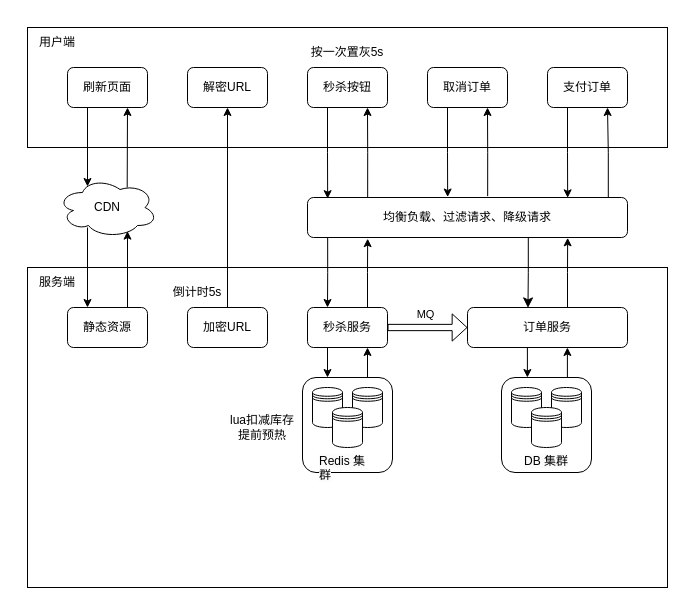
This is 秒杀系统设计.drawio from BacklitCat/Architecture, a draw.io file, before an edit. Source tidied: cells renumbered, new cells numbered last; positions are measured from the earlier drawing's top-left corner, leaving out a move shared by most shapes. Both pictures are drawn from the tidied source at 100%, with x=0, y=0 at pixel (27, 27).
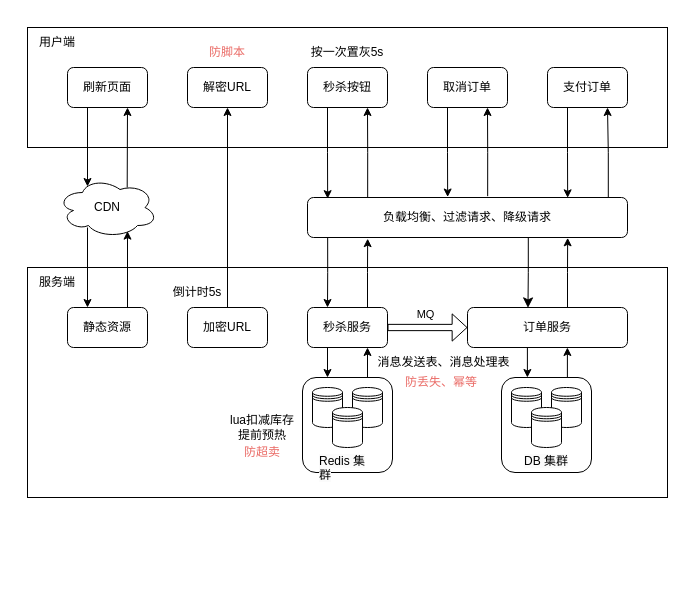
The same diagram, later.

Commit message:
更新秒杀系统设计.drawio

The edit, as a diff of the source:
```diff
@@
+    <mxCell id="55" style="rounded=0;whiteSpace=wrap;html=1;strokeColor=none;" parent="1" vertex="1">
+      <mxGeometry x="-10" y="-10" width="660" height="490" as="geometry" />
+    </mxCell>
     <mxCell id="2" style="rounded=0;whiteSpace=wrap;html=1;fillColor=none;" parent="1" vertex="1">
-      <mxGeometry y="240" width="640" height="320" as="geometry" />
+      <mxGeometry y="240" width="640" height="230" as="geometry" />
     </mxCell>
@@
-    <mxCell id="34" value="均衡负载、过滤请求、降级请求" style="rounded=1;whiteSpace=wrap;html=1;" parent="1" vertex="1">
+    <mxCell id="34" value="负载均衡、过滤请求、降级请求" style="rounded=1;whiteSpace=wrap;html=1;" parent="1" vertex="1">
       <mxGeometry x="280" y="170" width="320" height="40" as="geometry" />
     </mxCell>
@@
+    <mxCell id="56" value="防脚本" style="text;html=1;strokeColor=none;fillColor=none;align=center;verticalAlign=middle;whiteSpace=wrap;rounded=0;fontColor=#EA6B66;" parent="1" vertex="1">
+      <mxGeometry x="170" y="10" width="60" height="30" as="geometry" />
+    </mxCell>
+    <mxCell id="57" value="防超卖" style="text;html=1;strokeColor=none;fillColor=none;align=center;verticalAlign=middle;whiteSpace=wrap;rounded=0;fontColor=#EA6B66;" parent="1" vertex="1">
+      <mxGeometry x="205" y="410" width="60" height="30" as="geometry" />
+    </mxCell>
+    <mxCell id="58" value="消息发送表、消息处理表" style="text;html=1;strokeColor=none;fillColor=none;align=center;verticalAlign=middle;whiteSpace=wrap;rounded=0;" parent="1" vertex="1">
+      <mxGeometry x="343" y="320" width="147" height="30" as="geometry" />
+    </mxCell>
+    <mxCell id="59" value="防丢失、幂等" style="text;html=1;strokeColor=none;fillColor=none;align=center;verticalAlign=middle;whiteSpace=wrap;rounded=0;fontColor=#EA6B66;" parent="1" vertex="1">
+      <mxGeometry x="373.5" y="340" width="80" height="30" as="geometry" />
+    </mxCell>
```
